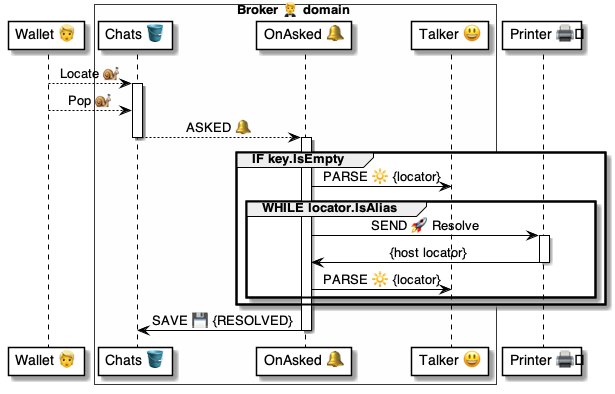
Before: 4 ⚙️ Solution/20 🧑‍🦰 UI/Brokers 🤵/🤵🪣 Broker tables/Chats 💬 table/🪣🧱 11 Asked 🔔 event/🤵 OnChatAsked ⚙️ uml.png, a diagram exported from PlantUML (pollyweb-org/pollyweb-docs). Its source is kept beside it as 4 ⚙️ Solution/20 🧑‍🦰 UI/Brokers 🤵/🤵🪣 Broker tables/Chats 💬 table/🪣🧱 11 Asked 🔔 event/🤵 OnChatAsked ⚙️ uml.puml. Source of this version:
```plantuml
@startuml OnChatAsked

participant "Wallet 👱" as wallet
box Broker 🤵 domain #FFFFFA
    participant "Chats 🪣" as table
    participant "OnAsked 🔔" as handler
    participant "Talker 😃" as talker
end box
participant "Printer 🖨️" as printer


wallet --> table: Locate 🐌
activate table
    wallet --> table: Pop 🐌
    table --> handler: ASKED 🔔
deactivate table

activate handler
    group IF key.IsEmpty

        handler -> talker: PARSE 🔆 {locator}

        group WHILE locator.IsAlias

            handler -> printer: SEND 🚀 Resolve

            activate printer
                printer -> handler: {host locator}
            deactivate printer

            handler -> talker: PARSE 🔆 {locator}

        end group
    end group

    handler -> table: SAVE 💾 {RESOLVED}

deactivate handler

@enduml
```
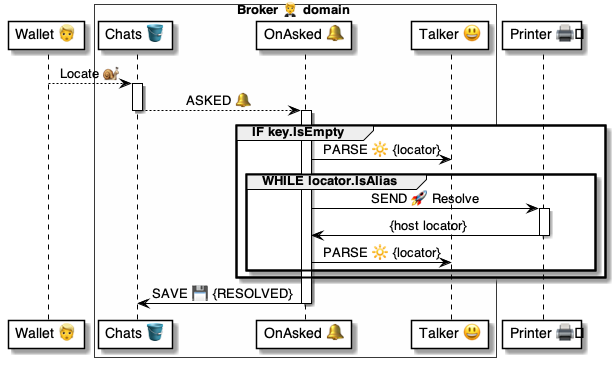
Above is the later version.

Diff of the diagram source:
```diff
@@ -11,7 +11,6 @@
 
 wallet --> table: Locate 🐌
 activate table
-    wallet --> table: Pop 🐌
     table --> handler: ASKED 🔔
 deactivate table
 
```
